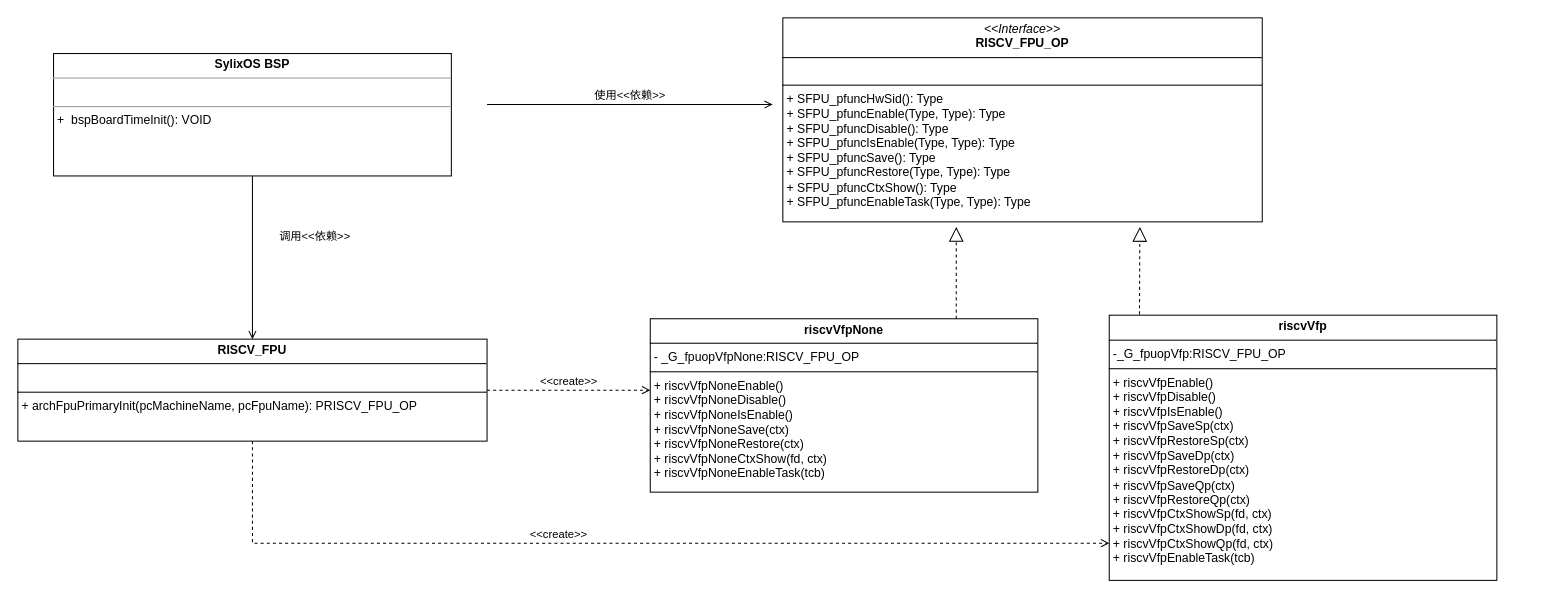
This is page "SylixOS设计模式-简单工厂" (4 of 4) of draw/SylixOS内核艺术.drawio from peng-fan/drawio, a draw.io file, before an edit. Source tidied: cells renumbered, new cells numbered last; positions are measured from the earlier drawing's top-left corner, leaving out a move shared by most shapes. Both pictures are drawn from the tidied source at 102%, with x=0, y=0 at pixel (17, 17).
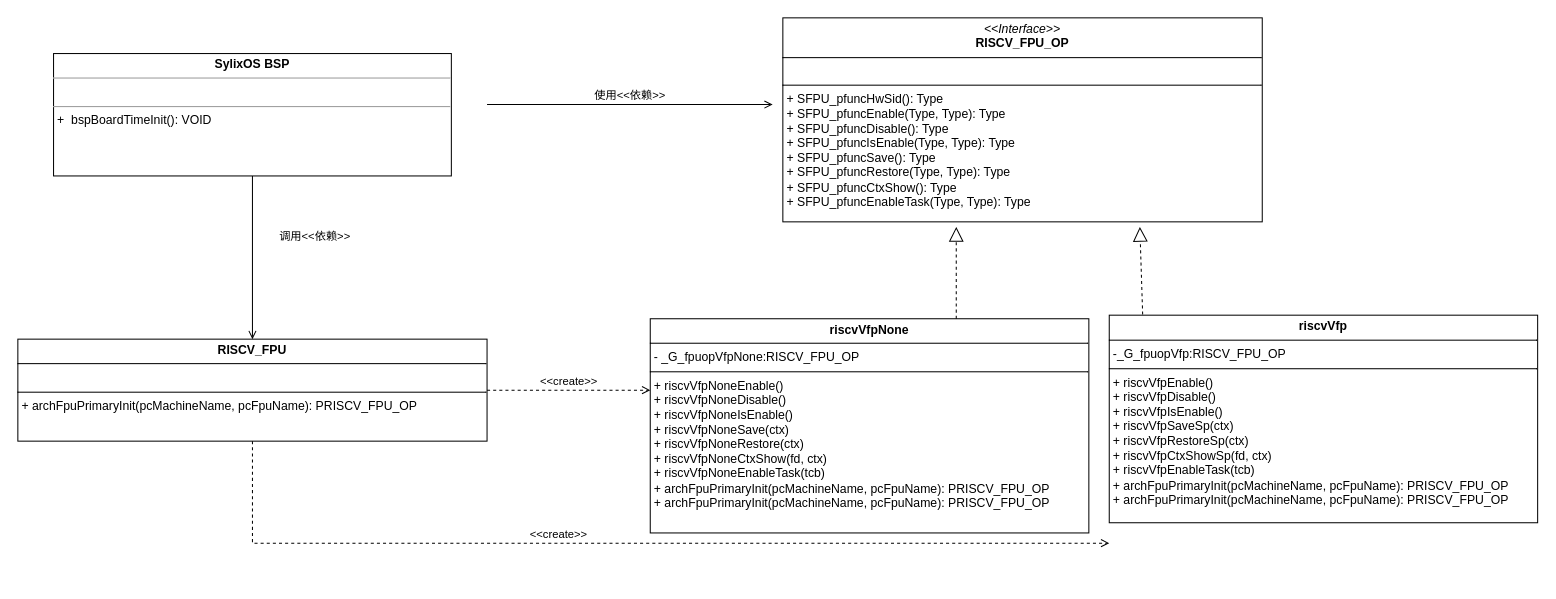
The same diagram, later.

Commit message (it also covers changes not shown here):
更新SylixOS内核艺术.drawio

Change to the diagram source:
```diff
@@
 <mxGraphModel>
   <root>
     <mxCell id="0" />
     <mxCell id="1" parent="0" />
-    <mxCell id="2" value="&lt;p style=&quot;margin:0px;margin-top:4px;text-align:center;&quot;&gt;&lt;b&gt;riscvVfpNone&lt;/b&gt;&lt;/p&gt;&lt;hr size=&quot;1&quot; style=&quot;border-style:solid;&quot;&gt;&lt;p style=&quot;margin:0px;margin-left:4px;&quot;&gt;- _G_fpuopVfpNone:RISCV_FPU_OP&lt;/p&gt;&lt;hr size=&quot;1&quot; style=&quot;border-style:solid;&quot;&gt;&lt;p style=&quot;margin: 0px 0px 0px 4px;&quot;&gt;&lt;span style=&quot;text-wrap-mode: nowrap;&quot;&gt;+ riscvVfpNoneEnable()&lt;/span&gt;&lt;/p&gt;&lt;p style=&quot;margin: 0px 0px 0px 4px;&quot;&gt;&lt;span style=&quot;text-wrap-mode: nowrap;&quot;&gt;+ riscvVfpNoneDisable()&lt;/span&gt;&lt;/p&gt;&lt;p style=&quot;margin: 0px 0px 0px 4px;&quot;&gt;&lt;span style=&quot;text-wrap-mode: nowrap;&quot;&gt;+ riscvVfpNoneIsEnable()&lt;/span&gt;&lt;/p&gt;&lt;p style=&quot;margin: 0px 0px 0px 4px;&quot;&gt;&lt;span style=&quot;text-wrap-mode: nowrap;&quot;&gt;+ riscvVfpNoneSave(ctx)&lt;/span&gt;&lt;/p&gt;&lt;p style=&quot;margin: 0px 0px 0px 4px;&quot;&gt;&lt;span style=&quot;text-wrap-mode: nowrap;&quot;&gt;+ riscvVfpNoneRestore(ctx)&lt;/span&gt;&lt;/p&gt;&lt;p style=&quot;margin: 0px 0px 0px 4px;&quot;&gt;&lt;span style=&quot;text-wrap-mode: nowrap;&quot;&gt;+ riscvVfpNoneCtxShow(fd, ctx)&lt;/span&gt;&lt;/p&gt;&lt;p style=&quot;margin: 0px 0px 0px 4px;&quot;&gt;&lt;span style=&quot;text-wrap-mode: nowrap;&quot;&gt;+ riscvVfpNoneEnableTask(tcb)&lt;/span&gt;&lt;/p&gt;" style="verticalAlign=top;align=left;overflow=fill;html=1;whiteSpace=wrap;" parent="1" vertex="1">
-      <mxGeometry x="620" y="295" width="380" height="170" as="geometry" />
+    <mxCell id="2" value="&lt;p style=&quot;margin:0px;margin-top:4px;text-align:center;&quot;&gt;&lt;b&gt;riscvVfpNone&lt;/b&gt;&lt;/p&gt;&lt;hr size=&quot;1&quot; style=&quot;border-style:solid;&quot;&gt;&lt;p style=&quot;margin:0px;margin-left:4px;&quot;&gt;- _G_fpuopVfpNone:RISCV_FPU_OP&lt;/p&gt;&lt;hr size=&quot;1&quot; style=&quot;border-style:solid;&quot;&gt;&lt;p style=&quot;margin: 0px 0px 0px 4px;&quot;&gt;&lt;span style=&quot;text-wrap-mode: nowrap;&quot;&gt;+ riscvVfpNoneEnable()&lt;/span&gt;&lt;/p&gt;&lt;p style=&quot;margin: 0px 0px 0px 4px;&quot;&gt;&lt;span style=&quot;text-wrap-mode: nowrap;&quot;&gt;+ riscvVfpNoneDisable()&lt;/span&gt;&lt;/p&gt;&lt;p style=&quot;margin: 0px 0px 0px 4px;&quot;&gt;&lt;span style=&quot;text-wrap-mode: nowrap;&quot;&gt;+ riscvVfpNoneIsEnable()&lt;/span&gt;&lt;/p&gt;&lt;p style=&quot;margin: 0px 0px 0px 4px;&quot;&gt;&lt;span style=&quot;text-wrap-mode: nowrap;&quot;&gt;+ riscvVfpNoneSave(ctx)&lt;/span&gt;&lt;/p&gt;&lt;p style=&quot;margin: 0px 0px 0px 4px;&quot;&gt;&lt;span style=&quot;text-wrap-mode: nowrap;&quot;&gt;+ riscvVfpNoneRestore(ctx)&lt;/span&gt;&lt;/p&gt;&lt;p style=&quot;margin: 0px 0px 0px 4px;&quot;&gt;&lt;span style=&quot;text-wrap-mode: nowrap;&quot;&gt;+ riscvVfpNoneCtxShow(fd, ctx)&lt;/span&gt;&lt;/p&gt;&lt;p style=&quot;margin: 0px 0px 0px 4px;&quot;&gt;&lt;span style=&quot;text-wrap-mode: nowrap;&quot;&gt;+ riscvVfpNoneEnableTask(tcb)&lt;/span&gt;&lt;/p&gt;&lt;p style=&quot;margin: 0px 0px 0px 4px;&quot;&gt;+ archFpuPrimaryInit(pcMachineName, pcFpuName):&amp;nbsp;PRISCV_FPU_OP&lt;span style=&quot;text-wrap-mode: nowrap;&quot;&gt;&lt;/span&gt;&lt;/p&gt;&lt;p style=&quot;margin: 0px 0px 0px 4px;&quot;&gt;+ archFpuPrimaryInit(pcMachineName, pcFpuName):&amp;nbsp;PRISCV_FPU_OP&lt;/p&gt;" style="verticalAlign=top;align=left;overflow=fill;html=1;whiteSpace=wrap;" parent="1" vertex="1">
+      <mxGeometry x="620" y="295" width="430" height="210" as="geometry" />
     </mxCell>
     <mxCell id="3" style="endArrow=block;dashed=1;endFill=0;endSize=12;html=1;rounded=0;entryX=0.219;entryY=1.001;entryDx=0;entryDy=0;entryPerimeter=0;exitX=0.078;exitY=-0.003;exitDx=0;exitDy=0;exitPerimeter=0;" parent="1" edge="1" source="7">
       <mxGeometry relative="1" as="geometry">
         <mxPoint x="1100" y="205" as="targetPoint" />
       </mxGeometry>
     </mxCell>
     <mxCell id="4" value="&lt;p style=&quot;margin:0px;margin-top:4px;text-align:center;&quot;&gt;&lt;span style=&quot;font-weight: 700; text-wrap-mode: wrap;&quot;&gt;SylixOS BSP&lt;/span&gt;&lt;/p&gt;&lt;hr size=&quot;1&quot;&gt;&lt;p style=&quot;margin:0px;margin-left:4px;&quot;&gt;&lt;br&gt;&lt;/p&gt;&lt;hr size=&quot;1&quot;&gt;&lt;p style=&quot;margin:0px;margin-left:4px;&quot;&gt;&lt;span style=&quot;text-wrap-mode: wrap;&quot;&gt;+ &amp;nbsp;bspBoardTimeInit(): VOID&lt;/span&gt;&lt;/p&gt;" style="verticalAlign=top;align=left;overflow=fill;fontSize=12;fontFamily=Helvetica;html=1;rounded=0;shadow=0;comic=0;labelBackgroundColor=none;strokeWidth=1;" parent="1" vertex="1">
       <mxGeometry x="35" y="35" width="390" height="120" as="geometry" />
     </mxCell>
     <mxCell id="5" value="&lt;p style=&quot;margin:0px;margin-top:4px;text-align:center;&quot;&gt;&lt;b&gt;RISCV_FPU&lt;/b&gt;&lt;/p&gt;&lt;hr size=&quot;1&quot; style=&quot;border-style:solid;&quot;&gt;&lt;p style=&quot;margin:0px;margin-left:4px;&quot;&gt;&lt;br&gt;&lt;/p&gt;&lt;hr size=&quot;1&quot; style=&quot;border-style:solid;&quot;&gt;&lt;p style=&quot;margin: 0px 0px 0px 4px;&quot;&gt;+ archFpuPrimaryInit(pcMachineName, pcFpuName):&amp;nbsp;PRISCV_FPU_OP&lt;/p&gt;" style="verticalAlign=top;align=left;overflow=fill;html=1;whiteSpace=wrap;" parent="1" vertex="1">
       <mxGeometry y="315" width="460" height="100" as="geometry" />
     </mxCell>
     <mxCell id="6" style="endArrow=block;dashed=1;endFill=0;endSize=12;html=1;rounded=0;entryX=0;entryY=1;entryDx=0;entryDy=0;" parent="1" edge="1">
       <mxGeometry relative="1" as="geometry">
         <mxPoint x="920" y="295" as="sourcePoint" />
         <mxPoint x="920" y="205" as="targetPoint" />
       </mxGeometry>
     </mxCell>
-    <mxCell id="7" value="&lt;p style=&quot;margin:0px;margin-top:4px;text-align:center;&quot;&gt;&lt;b&gt;riscvVfp&lt;/b&gt;&lt;/p&gt;&lt;hr size=&quot;1&quot; style=&quot;border-style:solid;&quot;&gt;&lt;p style=&quot;margin:0px;margin-left:4px;&quot;&gt;-_G_fpuopVfp:RISCV_FPU_OP&lt;/p&gt;&lt;hr size=&quot;1&quot; style=&quot;border-style:solid;&quot;&gt;&lt;p style=&quot;margin: 0px 0px 0px 4px;&quot;&gt;&lt;span style=&quot;text-wrap-mode: nowrap;&quot;&gt;+ riscvVfpEnable()&lt;/span&gt;&lt;/p&gt;&lt;p style=&quot;margin: 0px 0px 0px 4px;&quot;&gt;&lt;span style=&quot;text-wrap-mode: nowrap;&quot;&gt;+ riscvVfpDisable()&lt;/span&gt;&lt;/p&gt;&lt;p style=&quot;margin: 0px 0px 0px 4px;&quot;&gt;&lt;span style=&quot;text-wrap-mode: nowrap;&quot;&gt;+ riscvVfpIsEnable()&lt;/span&gt;&lt;/p&gt;&lt;p style=&quot;margin: 0px 0px 0px 4px;&quot;&gt;&lt;span style=&quot;text-wrap-mode: nowrap;&quot;&gt;+ riscvVfpSaveSp(ctx)&lt;/span&gt;&lt;/p&gt;&lt;p style=&quot;margin: 0px 0px 0px 4px;&quot;&gt;&lt;span style=&quot;text-wrap-mode: nowrap;&quot;&gt;+ riscvVfpRestoreSp(ctx)&lt;/span&gt;&lt;/p&gt;&lt;p style=&quot;margin: 0px 0px 0px 4px;&quot;&gt;&lt;span style=&quot;text-wrap-mode: nowrap;&quot;&gt;+ riscvVfpSaveDp(ctx)&lt;/span&gt;&lt;/p&gt;&lt;p style=&quot;margin: 0px 0px 0px 4px;&quot;&gt;&lt;span style=&quot;text-wrap-mode: nowrap;&quot;&gt;+ riscvVfpRestoreDp(ctx)&lt;/span&gt;&lt;/p&gt;&lt;p style=&quot;margin: 0px 0px 0px 4px;&quot;&gt;&lt;span style=&quot;text-wrap-mode: nowrap;&quot;&gt;+ riscvVfpSaveQp(ctx)&lt;/span&gt;&lt;/p&gt;&lt;p style=&quot;margin: 0px 0px 0px 4px;&quot;&gt;&lt;span style=&quot;text-wrap-mode: nowrap;&quot;&gt;+ riscvVfpRestoreQp(ctx)&lt;/span&gt;&lt;/p&gt;&lt;p style=&quot;margin: 0px 0px 0px 4px;&quot;&gt;&lt;span style=&quot;text-wrap-mode: nowrap;&quot;&gt;+ riscvVfpCtxShowSp(fd, ctx)&lt;/span&gt;&lt;/p&gt;&lt;p style=&quot;margin: 0px 0px 0px 4px;&quot;&gt;&lt;span style=&quot;text-wrap-mode: nowrap;&quot;&gt;+ riscvVfpCtxShowDp(fd, ctx)&lt;/span&gt;&lt;/p&gt;&lt;p style=&quot;margin: 0px 0px 0px 4px;&quot;&gt;&lt;span style=&quot;text-wrap-mode: nowrap;&quot;&gt;+ riscvVfpCtxShowQp(fd, ctx)&lt;/span&gt;&lt;/p&gt;&lt;p style=&quot;margin: 0px 0px 0px 4px;&quot;&gt;&lt;span style=&quot;text-wrap-mode: nowrap;&quot;&gt;+ riscvVfpEnableTask(tcb)&lt;/span&gt;&lt;/p&gt;" style="verticalAlign=top;align=left;overflow=fill;html=1;whiteSpace=wrap;" parent="1" vertex="1">
-      <mxGeometry x="1070" y="291.5" width="380" height="260" as="geometry" />
+    <mxCell id="7" value="&lt;p style=&quot;margin:0px;margin-top:4px;text-align:center;&quot;&gt;&lt;b&gt;riscvVfp&lt;/b&gt;&lt;/p&gt;&lt;hr size=&quot;1&quot; style=&quot;border-style:solid;&quot;&gt;&lt;p style=&quot;margin:0px;margin-left:4px;&quot;&gt;-_G_fpuopVfp:RISCV_FPU_OP&lt;/p&gt;&lt;hr size=&quot;1&quot; style=&quot;border-style:solid;&quot;&gt;&lt;p style=&quot;margin: 0px 0px 0px 4px;&quot;&gt;&lt;span style=&quot;text-wrap-mode: nowrap;&quot;&gt;+ riscvVfpEnable()&lt;/span&gt;&lt;/p&gt;&lt;p style=&quot;margin: 0px 0px 0px 4px;&quot;&gt;&lt;span style=&quot;text-wrap-mode: nowrap;&quot;&gt;+ riscvVfpDisable()&lt;/span&gt;&lt;/p&gt;&lt;p style=&quot;margin: 0px 0px 0px 4px;&quot;&gt;&lt;span style=&quot;text-wrap-mode: nowrap;&quot;&gt;+ riscvVfpIsEnable()&lt;/span&gt;&lt;/p&gt;&lt;p style=&quot;margin: 0px 0px 0px 4px;&quot;&gt;&lt;span style=&quot;text-wrap-mode: nowrap;&quot;&gt;+ riscvVfpSaveSp(ctx)&lt;/span&gt;&lt;/p&gt;&lt;p style=&quot;margin: 0px 0px 0px 4px;&quot;&gt;&lt;span style=&quot;text-wrap-mode: nowrap;&quot;&gt;+ riscvVfpRestoreSp(ctx)&lt;/span&gt;&lt;/p&gt;&lt;p style=&quot;margin: 0px 0px 0px 4px;&quot;&gt;&lt;span style=&quot;text-wrap-mode: nowrap;&quot;&gt;+ riscvVfpCtxShowSp(fd, ctx)&lt;/span&gt;&lt;/p&gt;&lt;p style=&quot;margin: 0px 0px 0px 4px;&quot;&gt;&lt;span style=&quot;text-wrap-mode: nowrap;&quot;&gt;+ riscvVfpEnableTask(tcb)&lt;/span&gt;&lt;/p&gt;&lt;p style=&quot;margin: 0px 0px 0px 4px;&quot;&gt;+ archFpuPrimaryInit(pcMachineName, pcFpuName):&amp;nbsp;PRISCV_FPU_OP&lt;span style=&quot;text-wrap-mode: nowrap;&quot;&gt;&lt;/span&gt;&lt;/p&gt;&lt;p style=&quot;margin: 0px 0px 0px 4px;&quot;&gt;+ archFpuPrimaryInit(pcMachineName, pcFpuName):&amp;nbsp;PRISCV_FPU_OP&lt;/p&gt;" style="verticalAlign=top;align=left;overflow=fill;html=1;whiteSpace=wrap;" parent="1" vertex="1">
+      <mxGeometry x="1070" y="291.5" width="420" height="203.5" as="geometry" />
     </mxCell>
     <mxCell id="8" value="&lt;p style=&quot;margin:0px;margin-top:4px;text-align:center;&quot;&gt;&lt;i&gt;&amp;lt;&amp;lt;Interface&amp;gt;&amp;gt;&lt;/i&gt;&lt;br&gt;&lt;b&gt;RISCV_FPU_OP&lt;/b&gt;&lt;/p&gt;&lt;hr size=&quot;1&quot; style=&quot;border-style:solid;&quot;&gt;&lt;p style=&quot;margin:0px;margin-left:4px;&quot;&gt;&lt;br&gt;&lt;/p&gt;&lt;hr size=&quot;1&quot; style=&quot;border-style:solid;&quot;&gt;&lt;p style=&quot;margin:0px;margin-left:4px;&quot;&gt;+ SFPU_pfuncHwSid(): Type&lt;br&gt;+ SFPU_pfuncEnable(Type, Type): Type&lt;/p&gt;&lt;p style=&quot;margin:0px;margin-left:4px;&quot;&gt;+ SFPU_pfuncDisable(): Type&lt;br&gt;+ SFPU_pfuncIsEnable(Type, Type): Type&lt;/p&gt;&lt;p style=&quot;margin:0px;margin-left:4px;&quot;&gt;+ SFPU_pfuncSave(): Type&lt;br&gt;+ SFPU_pfuncRestore(Type, Type): Type&lt;/p&gt;&lt;p style=&quot;margin:0px;margin-left:4px;&quot;&gt;+ SFPU_pfuncCtxShow(): Type&lt;br&gt;+ SFPU_pfuncEnableTask(Type, Type): Type&lt;/p&gt;" style="verticalAlign=top;align=left;overflow=fill;html=1;whiteSpace=wrap;" parent="1" vertex="1">
       <mxGeometry x="750" width="470" height="200" as="geometry" />
     </mxCell>
     <mxCell id="9" value="&amp;lt;&amp;lt;create&amp;gt;&amp;gt;" style="html=1;verticalAlign=bottom;labelBackgroundColor=none;endArrow=open;endFill=0;dashed=1;rounded=0;" parent="1" edge="1">
       <mxGeometry relative="1" as="geometry">
         <mxPoint x="460" y="365" as="sourcePoint" />
         <mxPoint x="620" y="365" as="targetPoint" />
       </mxGeometry>
     </mxCell>
     <mxCell id="10" value="&amp;lt;&amp;lt;create&amp;gt;&amp;gt;" style="html=1;verticalAlign=bottom;labelBackgroundColor=none;endArrow=open;endFill=0;dashed=1;rounded=0;exitX=0.5;exitY=1;exitDx=0;exitDy=0;" parent="1" edge="1" source="5">
       <mxGeometry x="-0.15" relative="1" as="geometry">
         <mxPoint x="1070" y="515" as="targetPoint" />
         <Array as="points">
           <mxPoint x="230" y="515" />
         </Array>
       </mxGeometry>
     </mxCell>
     <mxCell id="11" value="使用&amp;lt;&amp;lt;依赖&amp;gt;&amp;gt;" style="html=1;verticalAlign=bottom;labelBackgroundColor=none;endArrow=open;endFill=0;rounded=0;" parent="1" edge="1">
       <mxGeometry relative="1" as="geometry">
         <mxPoint x="460" y="85" as="sourcePoint" />
         <mxPoint x="740" y="85" as="targetPoint" />
       </mxGeometry>
     </mxCell>
     <mxCell id="12" value="调用&amp;lt;&amp;lt;依赖&amp;gt;&amp;gt;" style="html=1;verticalAlign=bottom;labelBackgroundColor=none;endArrow=open;endFill=0;rounded=0;entryX=0.5;entryY=0;entryDx=0;entryDy=0;exitX=0.5;exitY=1;exitDx=0;exitDy=0;" parent="1" edge="1" source="4" target="5">
       <mxGeometry x="-0.16" y="61" relative="1" as="geometry">
         <mxPoint y="1" as="offset" />
       </mxGeometry>
     </mxCell>
   </root>
 </mxGraphModel>
```
